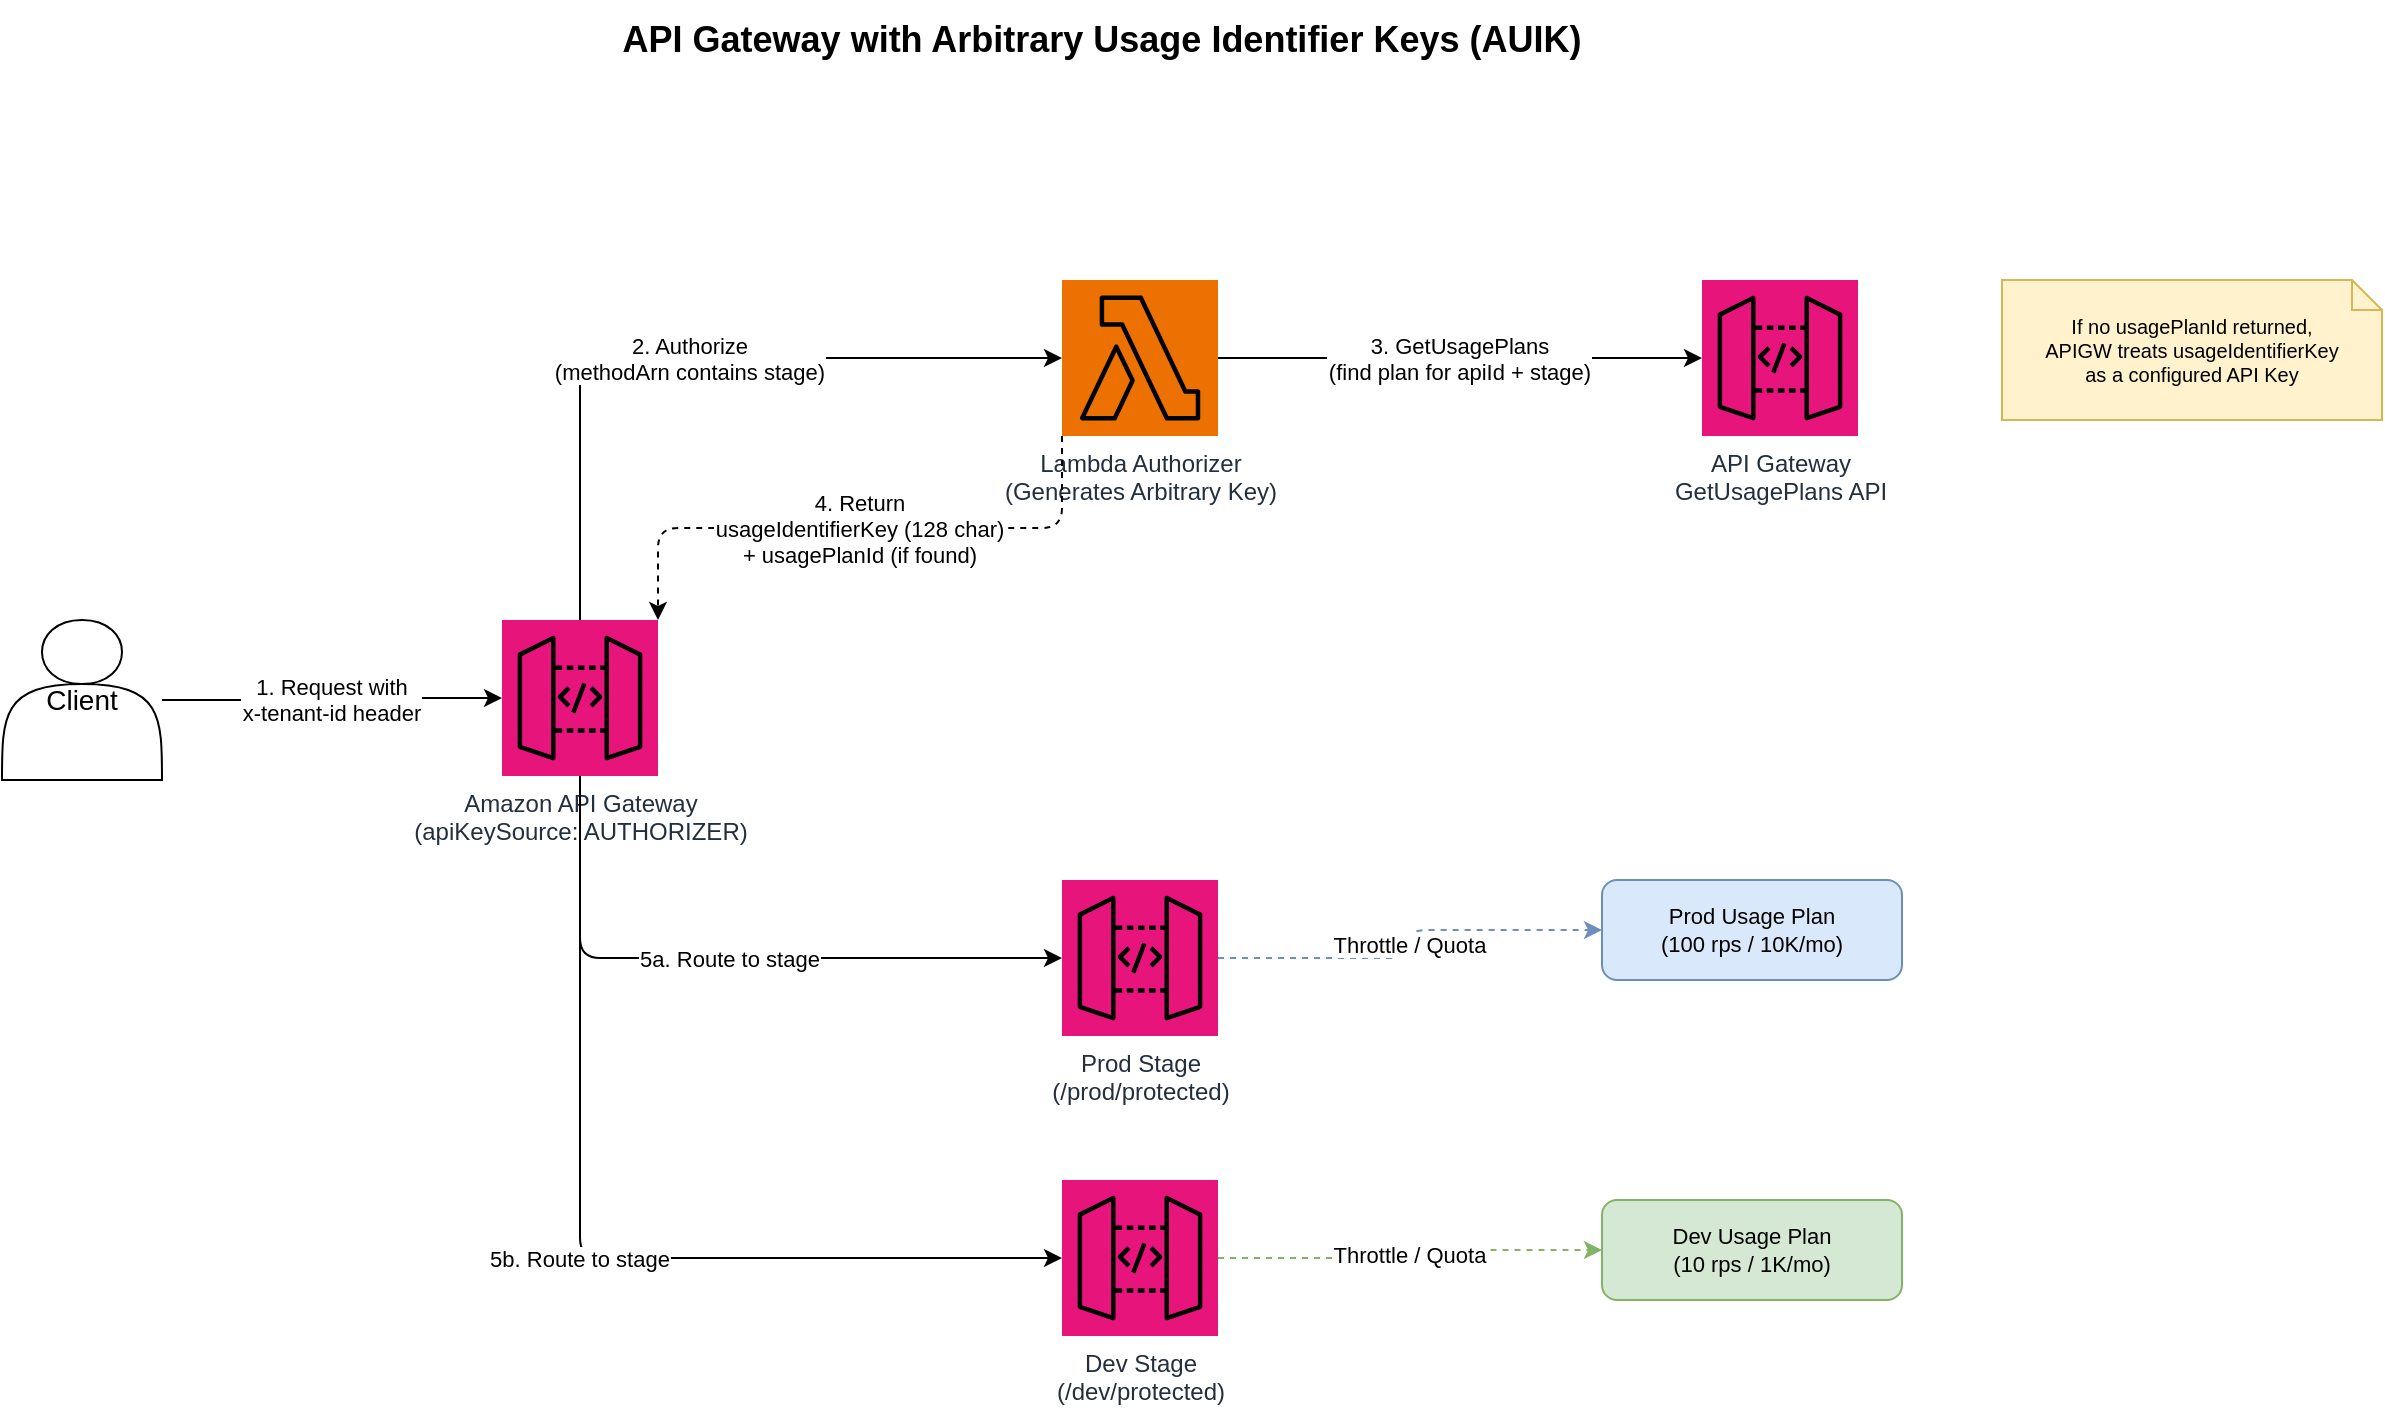
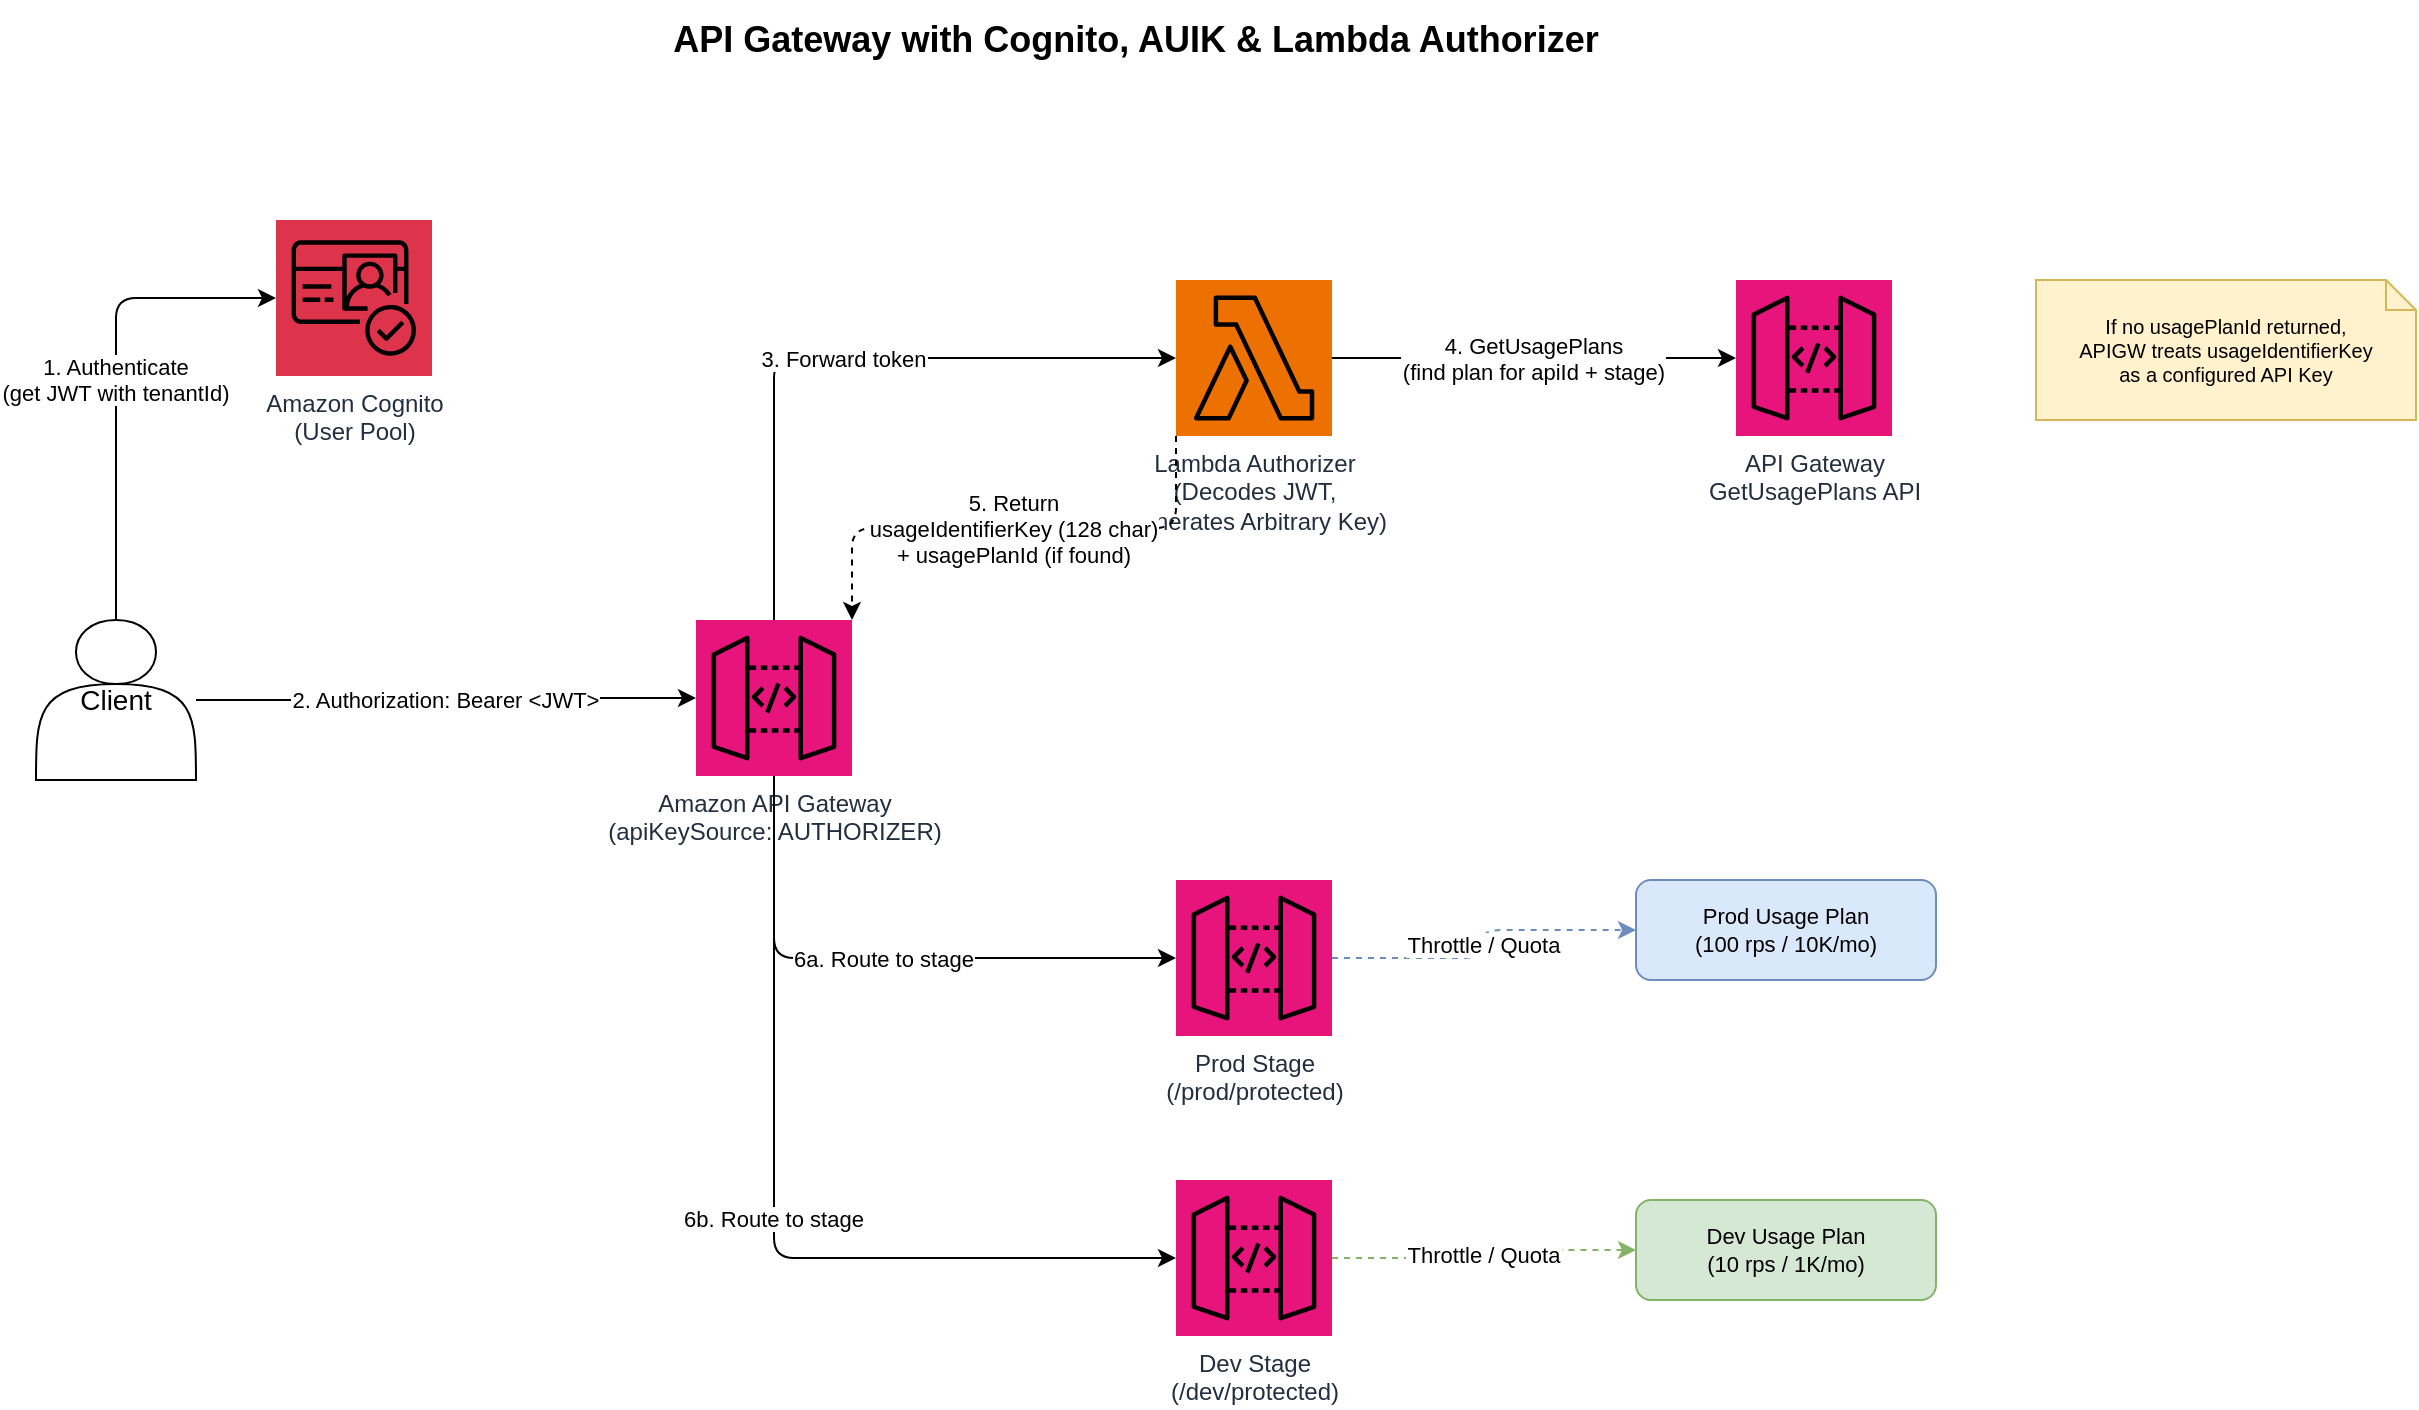
<mxfile>
  <diagram name="Architecture" id="auik-arch">
    <mxGraphModel dx="1400" dy="900" grid="1" gridSize="10" guides="1" tooltips="1" connect="1" arrows="1" fold="1" page="1" pageScale="1" pageWidth="1400" pageHeight="900" math="0" shadow="0">
      <root>
        <mxCell id="0"/>
        <mxCell id="1" parent="0"/>

        <!-- Client -->
        <mxCell id="2" value="Client" style="shape=actor;whiteSpace=wrap;html=1;fontSize=14;" vertex="1" parent="1">
          <mxGeometry x="50" y="340" width="80" height="80" as="geometry"/>
        </mxCell>

+         <!-- Cognito -->
+         <mxCell id="15" value="Amazon Cognito&#xa;(User Pool)" style="outlineConnect=0;fontColor=#232F3E;gradientColor=none;fillColor=#DD344C;strokeColor=none;dashed=0;verticalLabelPosition=bottom;verticalAlign=top;align=center;html=1;fontSize=12;fontStyle=0;aspect=fixed;pointerEvents=1;shape=mxgraph.aws4.resourceIcon;resIcon=mxgraph.aws4.cognito;" vertex="1" parent="1">
+           <mxGeometry x="170" y="140" width="78" height="78" as="geometry"/>
+         </mxCell>
+ 
        <!-- API Gateway -->
        <mxCell id="3" value="Amazon API Gateway&#xa;(apiKeySource: AUTHORIZER)" style="outlineConnect=0;fontColor=#232F3E;gradientColor=none;fillColor=#E7157B;strokeColor=none;dashed=0;verticalLabelPosition=bottom;verticalAlign=top;align=center;html=1;fontSize=12;fontStyle=0;aspect=fixed;pointerEvents=1;shape=mxgraph.aws4.resourceIcon;resIcon=mxgraph.aws4.api_gateway;" vertex="1" parent="1">
-           <mxGeometry x="300" y="340" width="78" height="78" as="geometry"/>
+           <mxGeometry x="380" y="340" width="78" height="78" as="geometry"/>
        </mxCell>

        <!-- Lambda Authorizer -->
-         <mxCell id="4" value="Lambda Authorizer&#xa;(Generates Arbitrary Key)" style="outlineConnect=0;fontColor=#232F3E;gradientColor=none;fillColor=#ED7100;strokeColor=none;dashed=0;verticalLabelPosition=bottom;verticalAlign=top;align=center;html=1;fontSize=12;fontStyle=0;aspect=fixed;pointerEvents=1;shape=mxgraph.aws4.resourceIcon;resIcon=mxgraph.aws4.lambda;" vertex="1" parent="1">
-           <mxGeometry x="580" y="170" width="78" height="78" as="geometry"/>
+         <mxCell id="4" value="Lambda Authorizer&#xa;(Decodes JWT,&#xa;Generates Arbitrary Key)" style="outlineConnect=0;fontColor=#232F3E;gradientColor=none;fillColor=#ED7100;strokeColor=none;dashed=0;verticalLabelPosition=bottom;verticalAlign=top;align=center;html=1;fontSize=12;fontStyle=0;aspect=fixed;pointerEvents=1;shape=mxgraph.aws4.resourceIcon;resIcon=mxgraph.aws4.lambda;" vertex="1" parent="1">
+           <mxGeometry x="620" y="170" width="78" height="78" as="geometry"/>
        </mxCell>

        <!-- API Gateway (Usage Plans lookup) -->
        <mxCell id="5" value="API Gateway&#xa;GetUsagePlans API" style="outlineConnect=0;fontColor=#232F3E;gradientColor=none;fillColor=#E7157B;strokeColor=none;dashed=0;verticalLabelPosition=bottom;verticalAlign=top;align=center;html=1;fontSize=12;fontStyle=0;aspect=fixed;pointerEvents=1;shape=mxgraph.aws4.resourceIcon;resIcon=mxgraph.aws4.api_gateway;" vertex="1" parent="1">
          <mxGeometry x="900" y="170" width="78" height="78" as="geometry"/>
        </mxCell>

        <!-- Prod Stage -->
        <mxCell id="6" value="Prod Stage&#xa;(/prod/protected)" style="outlineConnect=0;fontColor=#232F3E;gradientColor=none;fillColor=#E7157B;strokeColor=none;dashed=0;verticalLabelPosition=bottom;verticalAlign=top;align=center;html=1;fontSize=12;fontStyle=0;aspect=fixed;pointerEvents=1;shape=mxgraph.aws4.resourceIcon;resIcon=mxgraph.aws4.api_gateway;" vertex="1" parent="1">
-           <mxGeometry x="580" y="470" width="78" height="78" as="geometry"/>
+           <mxGeometry x="620" y="470" width="78" height="78" as="geometry"/>
        </mxCell>

        <!-- Dev Stage -->
        <mxCell id="7" value="Dev Stage&#xa;(/dev/protected)" style="outlineConnect=0;fontColor=#232F3E;gradientColor=none;fillColor=#E7157B;strokeColor=none;dashed=0;verticalLabelPosition=bottom;verticalAlign=top;align=center;html=1;fontSize=12;fontStyle=0;aspect=fixed;pointerEvents=1;shape=mxgraph.aws4.resourceIcon;resIcon=mxgraph.aws4.api_gateway;" vertex="1" parent="1">
-           <mxGeometry x="580" y="620" width="78" height="78" as="geometry"/>
+           <mxGeometry x="620" y="620" width="78" height="78" as="geometry"/>
        </mxCell>

        <!-- Prod Usage Plan -->
        <mxCell id="8" value="Prod Usage Plan&#xa;(100 rps / 10K/mo)" style="rounded=1;whiteSpace=wrap;html=1;fontSize=11;fillColor=#dae8fc;strokeColor=#6c8ebf;" vertex="1" parent="1">
          <mxGeometry x="850" y="470" width="150" height="50" as="geometry"/>
        </mxCell>

        <!-- Dev Usage Plan -->
        <mxCell id="9" value="Dev Usage Plan&#xa;(10 rps / 1K/mo)" style="rounded=1;whiteSpace=wrap;html=1;fontSize=11;fillColor=#d5e8d4;strokeColor=#82b366;" vertex="1" parent="1">
          <mxGeometry x="850" y="630" width="150" height="50" as="geometry"/>
        </mxCell>

+         <!-- Arrow: Client -> Cognito -->
+         <mxCell id="16" value="1. Authenticate&#xa;(get JWT with tenantId)" style="edgeStyle=orthogonalEdgeStyle;rounded=1;orthogonalLoop=1;jettySize=auto;exitX=0.5;exitY=0;exitDx=0;exitDy=0;entryX=0;entryY=0.5;entryDx=0;entryDy=0;fontSize=11;" edge="1" source="2" target="15" parent="1">
+           <mxGeometry relative="1" as="geometry"/>
+         </mxCell>
+ 
        <!-- Arrow: Client -> API Gateway -->
-         <mxCell id="20" value="1. Request with&#xa;x-tenant-id header" style="edgeStyle=orthogonalEdgeStyle;rounded=1;orthogonalLoop=1;jettySize=auto;exitX=1;exitY=0.5;exitDx=0;exitDy=0;entryX=0;entryY=0.5;entryDx=0;entryDy=0;fontSize=11;" edge="1" source="2" target="3" parent="1">
+         <mxCell id="20" value="2. Authorization: Bearer &lt;JWT&gt;" style="edgeStyle=orthogonalEdgeStyle;rounded=1;orthogonalLoop=1;jettySize=auto;exitX=1;exitY=0.5;exitDx=0;exitDy=0;entryX=0;entryY=0.5;entryDx=0;entryDy=0;fontSize=11;" edge="1" source="2" target="3" parent="1">
          <mxGeometry relative="1" as="geometry"/>
        </mxCell>

        <!-- Arrow: API Gateway -> Lambda Authorizer -->
-         <mxCell id="21" value="2. Authorize&#xa;(methodArn contains stage)" style="edgeStyle=orthogonalEdgeStyle;rounded=1;orthogonalLoop=1;jettySize=auto;exitX=0.5;exitY=0;exitDx=0;exitDy=0;entryX=0;entryY=0.5;entryDx=0;entryDy=0;fontSize=11;" edge="1" source="3" target="4" parent="1">
+         <mxCell id="21" value="3. Forward token" style="edgeStyle=orthogonalEdgeStyle;rounded=1;orthogonalLoop=1;jettySize=auto;exitX=0.5;exitY=0;exitDx=0;exitDy=0;entryX=0;entryY=0.5;entryDx=0;entryDy=0;fontSize=11;" edge="1" source="3" target="4" parent="1">
          <mxGeometry relative="1" as="geometry"/>
        </mxCell>

        <!-- Arrow: Lambda -> GetUsagePlans -->
-         <mxCell id="22" value="3. GetUsagePlans&#xa;(find plan for apiId + stage)" style="edgeStyle=orthogonalEdgeStyle;rounded=1;orthogonalLoop=1;jettySize=auto;exitX=1;exitY=0.5;exitDx=0;exitDy=0;entryX=0;entryY=0.5;entryDx=0;entryDy=0;fontSize=11;" edge="1" source="4" target="5" parent="1">
+         <mxCell id="22" value="4. GetUsagePlans&#xa;(find plan for apiId + stage)" style="edgeStyle=orthogonalEdgeStyle;rounded=1;orthogonalLoop=1;jettySize=auto;exitX=1;exitY=0.5;exitDx=0;exitDy=0;entryX=0;entryY=0.5;entryDx=0;entryDy=0;fontSize=11;" edge="1" source="4" target="5" parent="1">
          <mxGeometry relative="1" as="geometry"/>
        </mxCell>

        <!-- Arrow: Lambda returns to APIGW -->
-         <mxCell id="23" value="4. Return&#xa;usageIdentifierKey (128 char)&#xa;+ usagePlanId (if found)" style="edgeStyle=orthogonalEdgeStyle;rounded=1;orthogonalLoop=1;jettySize=auto;exitX=0;exitY=1;exitDx=0;exitDy=0;entryX=1;entryY=0;entryDx=0;entryDy=0;fontSize=11;dashed=1;" edge="1" source="4" target="3" parent="1">
+         <mxCell id="23" value="5. Return&#xa;usageIdentifierKey (128 char)&#xa;+ usagePlanId (if found)" style="edgeStyle=orthogonalEdgeStyle;rounded=1;orthogonalLoop=1;jettySize=auto;exitX=0;exitY=1;exitDx=0;exitDy=0;entryX=1;entryY=0;entryDx=0;entryDy=0;fontSize=11;dashed=1;" edge="1" source="4" target="3" parent="1">
          <mxGeometry relative="1" as="geometry"/>
        </mxCell>

        <!-- Arrow: API Gateway -> Prod Stage -->
-         <mxCell id="24" value="5a. Route to stage" style="edgeStyle=orthogonalEdgeStyle;rounded=1;orthogonalLoop=1;jettySize=auto;exitX=0.5;exitY=1;exitDx=0;exitDy=0;entryX=0;entryY=0.5;entryDx=0;entryDy=0;fontSize=11;" edge="1" source="3" target="6" parent="1">
+         <mxCell id="24" value="6a. Route to stage" style="edgeStyle=orthogonalEdgeStyle;rounded=1;orthogonalLoop=1;jettySize=auto;exitX=0.5;exitY=1;exitDx=0;exitDy=0;entryX=0;entryY=0.5;entryDx=0;entryDy=0;fontSize=11;" edge="1" source="3" target="6" parent="1">
          <mxGeometry relative="1" as="geometry"/>
        </mxCell>

        <!-- Arrow: API Gateway -> Dev Stage -->
-         <mxCell id="25" value="5b. Route to stage" style="edgeStyle=orthogonalEdgeStyle;rounded=1;orthogonalLoop=1;jettySize=auto;exitX=0.5;exitY=1;exitDx=0;exitDy=0;entryX=0;entryY=0.5;entryDx=0;entryDy=0;fontSize=11;" edge="1" source="3" target="7" parent="1">
+         <mxCell id="25" value="6b. Route to stage" style="edgeStyle=orthogonalEdgeStyle;rounded=1;orthogonalLoop=1;jettySize=auto;exitX=0.5;exitY=1;exitDx=0;exitDy=0;entryX=0;entryY=0.5;entryDx=0;entryDy=0;fontSize=11;" edge="1" source="3" target="7" parent="1">
          <mxGeometry relative="1" as="geometry"/>
        </mxCell>

        <!-- Arrow: Prod Stage -> Prod Usage Plan -->
        <mxCell id="26" value="Throttle / Quota" style="edgeStyle=orthogonalEdgeStyle;rounded=1;orthogonalLoop=1;jettySize=auto;exitX=1;exitY=0.5;exitDx=0;exitDy=0;entryX=0;entryY=0.5;entryDx=0;entryDy=0;fontSize=11;dashed=1;strokeColor=#6c8ebf;" edge="1" source="6" target="8" parent="1">
          <mxGeometry relative="1" as="geometry"/>
        </mxCell>

        <!-- Arrow: Dev Stage -> Dev Usage Plan -->
        <mxCell id="27" value="Throttle / Quota" style="edgeStyle=orthogonalEdgeStyle;rounded=1;orthogonalLoop=1;jettySize=auto;exitX=1;exitY=0.5;exitDx=0;exitDy=0;entryX=0;entryY=0.5;entryDx=0;entryDy=0;fontSize=11;dashed=1;strokeColor=#82b366;" edge="1" source="7" target="9" parent="1">
          <mxGeometry relative="1" as="geometry"/>
        </mxCell>

        <!-- Title -->
-         <mxCell id="30" value="API Gateway with Arbitrary Usage Identifier Keys (AUIK)" style="text;html=1;strokeColor=none;fillColor=none;align=center;verticalAlign=middle;whiteSpace=wrap;rounded=0;fontSize=18;fontStyle=1;" vertex="1" parent="1">
+         <mxCell id="30" value="API Gateway with Cognito, AUIK &amp; Lambda Authorizer" style="text;html=1;strokeColor=none;fillColor=none;align=center;verticalAlign=middle;whiteSpace=wrap;rounded=0;fontSize=18;fontStyle=1;" vertex="1" parent="1">
          <mxGeometry x="300" y="30" width="600" height="40" as="geometry"/>
        </mxCell>

        <!-- Note -->
        <mxCell id="31" value="If no usagePlanId returned,&#xa;APIGW treats usageIdentifierKey&#xa;as a configured API Key" style="shape=note;whiteSpace=wrap;html=1;backgroundOutline=1;size=15;fontSize=10;fillColor=#fff2cc;strokeColor=#d6b656;" vertex="1" parent="1">
          <mxGeometry x="1050" y="170" width="190" height="70" as="geometry"/>
        </mxCell>

      </root>
    </mxGraphModel>
  </diagram>
</mxfile>
